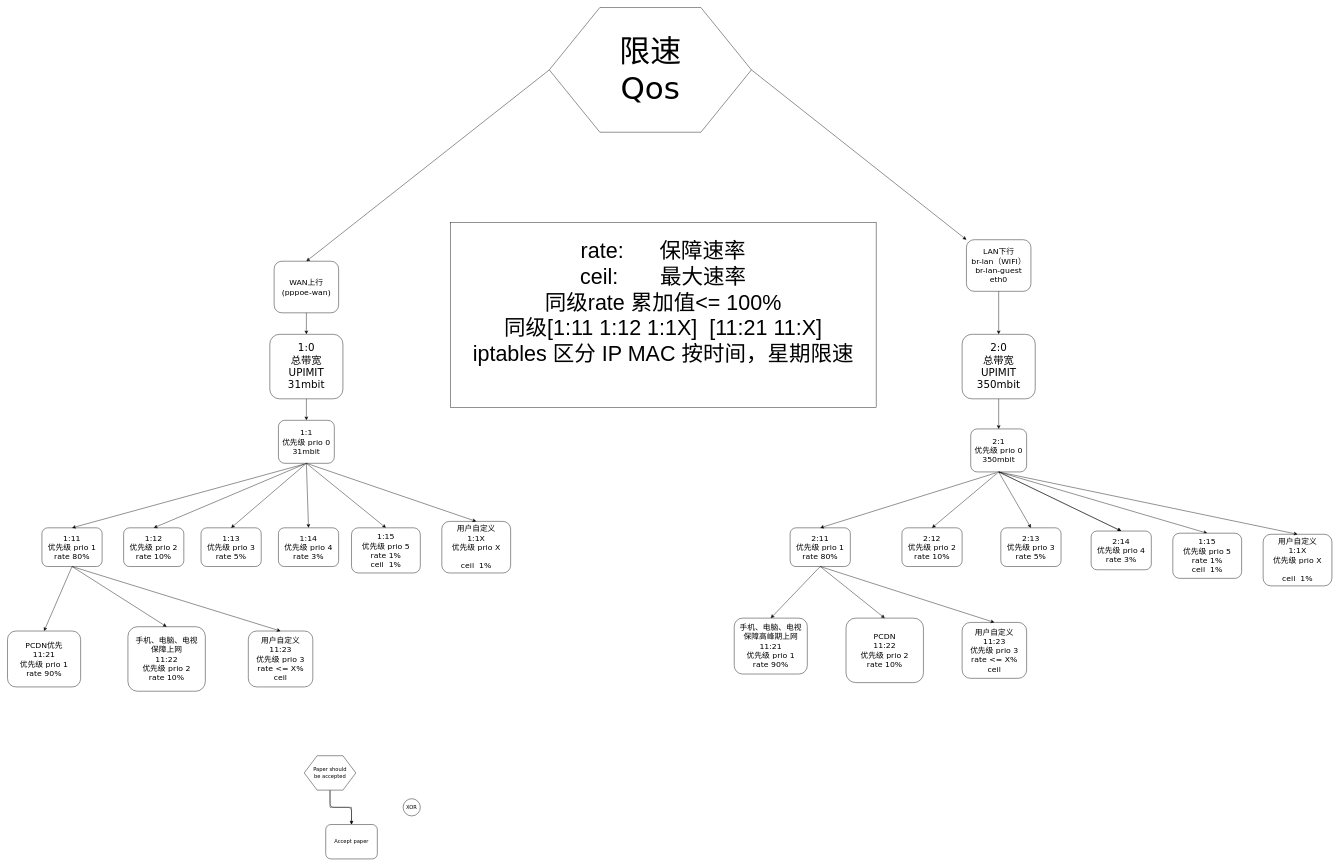
This is GLiNet_Qos.drawio from levenwindy/flowChart, a draw.io file, before an edit. Source tidied: cells renumbered, new cells numbered last; positions are measured from the earlier drawing's top-left corner, leaving out a move shared by most shapes. Both pictures are drawn from the tidied source at 43%, with x=0, y=0 at pixel (7, 7).
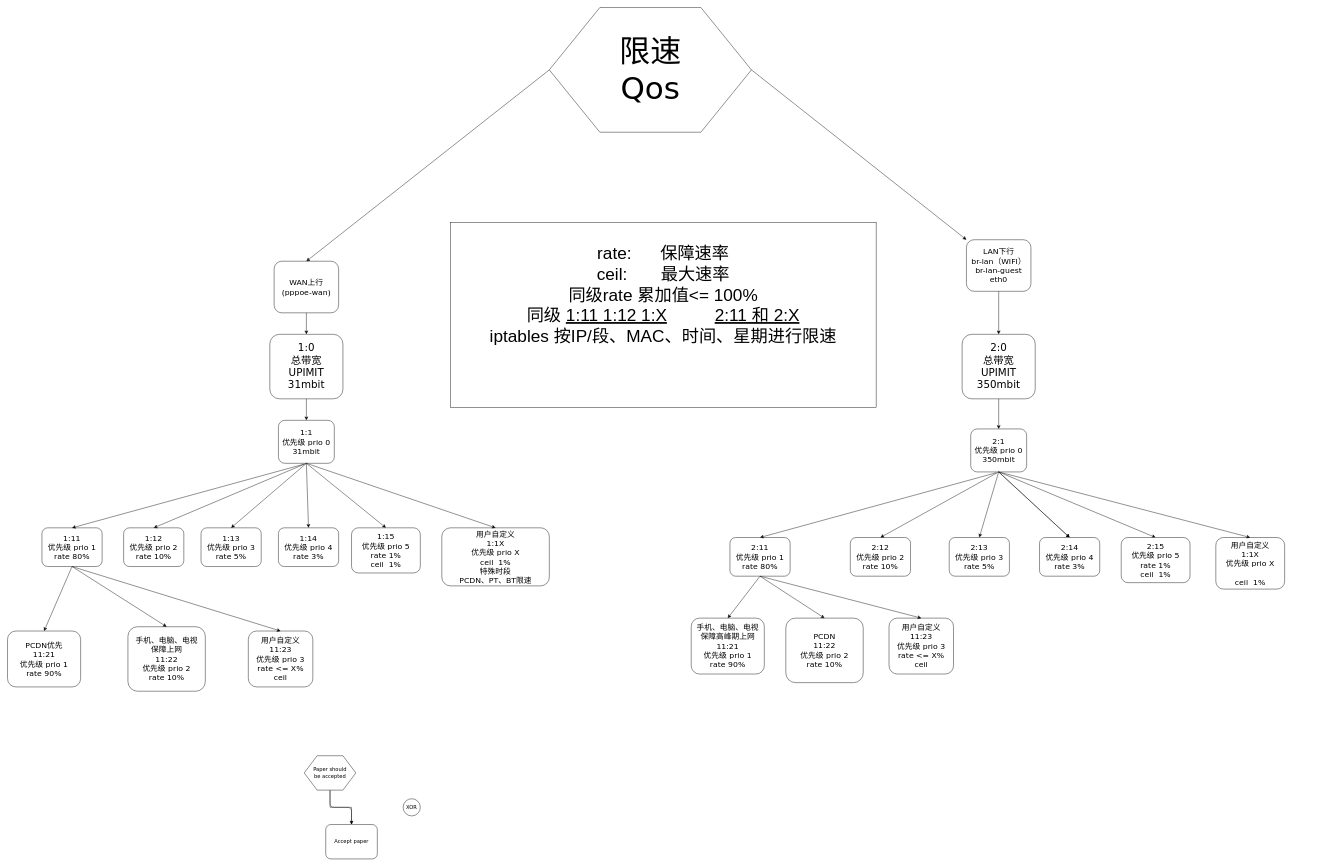
After the change.

Change to the diagram source:
```diff
@@
-    <mxCell id="23" value="&lt;font style=&quot;font-size: 50px;&quot;&gt;&lt;font style=&quot;font-size: 50px;&quot;&gt;rate:&amp;nbsp; &amp;nbsp; &amp;nbsp; 保障速率&lt;br&gt;ceil:&amp;nbsp; &amp;nbsp; &amp;nbsp; &amp;nbsp;最大速率&lt;br&gt;同级rate 累加值&amp;lt;= 100%&lt;br&gt;同级[1:11 1:12 1:1X]&amp;nbsp; [11:21 11:X]&lt;br&gt;iptables 区分 IP MAC 按时间，星期限速&lt;br&gt;&lt;/font&gt;&lt;br&gt;&lt;/font&gt;" style="rounded=0;whiteSpace=wrap;html=1;" parent="1" vertex="1">
+    <mxCell id="23" value="&lt;font style=&quot;font-size: 40px;&quot;&gt;&lt;font style=&quot;font-size: 40px;&quot;&gt;rate:&amp;nbsp; &amp;nbsp; &amp;nbsp; 保障速率&lt;br&gt;ceil:&amp;nbsp; &amp;nbsp; &amp;nbsp; &amp;nbsp;最大速率&lt;br&gt;同级rate 累加值&amp;lt;= 100%&lt;br&gt;同级 &lt;u&gt;1:11 1:12 1:X&lt;/u&gt;&amp;nbsp; &amp;nbsp; &amp;nbsp; &amp;nbsp; &amp;nbsp;&amp;nbsp;&lt;u&gt;2:11 和 2:X&lt;/u&gt;&lt;br&gt;iptables 按IP/段、MAC、时间、星期进行限速&lt;br&gt;&lt;br&gt;&lt;/font&gt;&lt;br&gt;&lt;/font&gt;" style="rounded=0;whiteSpace=wrap;html=1;" parent="1" vertex="1">
       <mxGeometry x="1030" y="500" width="990" height="430" as="geometry" />
     </mxCell>
-    <mxCell id="24" value="&lt;font style=&quot;font-size: 18px;&quot;&gt;用户自定义&lt;br&gt;1:1X&lt;br&gt;优先级 prio X&lt;br style=&quot;border-color: var(--border-color);&quot;&gt;&lt;br&gt;ceil&amp;nbsp; 1%&lt;br&gt;&lt;/font&gt;" style="rounded=1;whiteSpace=wrap;html=1;shadow=0;labelBackgroundColor=none;strokeWidth=1;fontFamily=Verdana;fontSize=12;align=center;" parent="1" vertex="1">
-      <mxGeometry x="1010" y="1195" width="160" height="120" as="geometry" />
+    <mxCell id="24" value="&lt;font style=&quot;font-size: 18px;&quot;&gt;用户自定义&lt;br&gt;1:1X&lt;br&gt;优先级 prio X&lt;br&gt;ceil&amp;nbsp; 1%&lt;br&gt;特殊时段&lt;br&gt;PCDN、PT、BT限速&lt;br&gt;&lt;/font&gt;" style="rounded=1;whiteSpace=wrap;html=1;shadow=0;labelBackgroundColor=none;strokeWidth=1;fontFamily=Verdana;fontSize=12;align=center;" parent="1" vertex="1">
+      <mxGeometry x="1010" y="1210" width="250" height="135" as="geometry" />
     </mxCell>
@@
     <mxCell id="39" value="&lt;font style=&quot;font-size: 18px;&quot;&gt;2:11&lt;br&gt;优先级 prio 1&lt;br&gt;rate 80%&lt;br&gt;&lt;/font&gt;" style="rounded=1;whiteSpace=wrap;html=1;shadow=0;labelBackgroundColor=none;strokeWidth=1;fontFamily=Verdana;fontSize=12;align=center;" parent="1" vertex="1">
-      <mxGeometry x="1820" y="1210" width="140" height="90" as="geometry" />
+      <mxGeometry x="1680" y="1232.5" width="140" height="90" as="geometry" />
     </mxCell>
@@
     <mxCell id="41" value="&lt;font style=&quot;font-size: 18px;&quot;&gt;2:12&lt;br&gt;优先级 prio 2&lt;br&gt;rate 10%&lt;br&gt;&lt;/font&gt;" style="rounded=1;whiteSpace=wrap;html=1;shadow=0;labelBackgroundColor=none;strokeWidth=1;fontFamily=Verdana;fontSize=12;align=center;" parent="1" vertex="1">
-      <mxGeometry x="2080" y="1210" width="140" height="90" as="geometry" />
+      <mxGeometry x="1960" y="1232.5" width="140" height="90" as="geometry" />
     </mxCell>
@@
     <mxCell id="43" value="&lt;font style=&quot;font-size: 18px;&quot;&gt;2:13&lt;br&gt;优先级 prio 3&lt;br&gt;rate 5%&lt;br&gt;&lt;/font&gt;" style="rounded=1;whiteSpace=wrap;html=1;shadow=0;labelBackgroundColor=none;strokeWidth=1;fontFamily=Verdana;fontSize=12;align=center;" parent="1" vertex="1">
-      <mxGeometry x="2310" y="1210" width="140" height="90" as="geometry" />
+      <mxGeometry x="2190" y="1232.5" width="140" height="90" as="geometry" />
     </mxCell>
@@
     <mxCell id="47" value="&lt;font style=&quot;font-size: 18px;&quot;&gt;用户自定义&lt;br&gt;1:1X&lt;br&gt;优先级 prio X&lt;br style=&quot;border-color: var(--border-color);&quot;&gt;&lt;br&gt;ceil&amp;nbsp; 1%&lt;br&gt;&lt;/font&gt;" style="rounded=1;whiteSpace=wrap;html=1;shadow=0;labelBackgroundColor=none;strokeWidth=1;fontFamily=Verdana;fontSize=12;align=center;" parent="1" vertex="1">
-      <mxGeometry x="2920" y="1225" width="160" height="120" as="geometry" />
+      <mxGeometry x="2810" y="1232.5" width="160" height="120" as="geometry" />
     </mxCell>
@@
-    <mxCell id="49" value="&lt;font style=&quot;font-size: 18px;&quot;&gt;1:15&lt;br&gt;优先级 prio 5&lt;br&gt;rate 1%&lt;br style=&quot;border-color: var(--border-color);&quot;&gt;ceil&amp;nbsp; 1%&lt;br&gt;&lt;/font&gt;" style="rounded=1;whiteSpace=wrap;html=1;shadow=0;labelBackgroundColor=none;strokeWidth=1;fontFamily=Verdana;fontSize=12;align=center;" parent="1" vertex="1">
-      <mxGeometry x="2710" y="1222.5" width="160" height="105" as="geometry" />
+    <mxCell id="49" value="&lt;font style=&quot;font-size: 18px;&quot;&gt;2:15&lt;br&gt;优先级 prio 5&lt;br&gt;rate 1%&lt;br style=&quot;border-color: var(--border-color);&quot;&gt;ceil&amp;nbsp; 1%&lt;br&gt;&lt;/font&gt;" style="rounded=1;whiteSpace=wrap;html=1;shadow=0;labelBackgroundColor=none;strokeWidth=1;fontFamily=Verdana;fontSize=12;align=center;" parent="1" vertex="1">
+      <mxGeometry x="2590" y="1232.5" width="160" height="105" as="geometry" />
     </mxCell>
     <mxCell id="50" value="&lt;font style=&quot;font-size: 18px;&quot;&gt;手机、电脑、电视&lt;br style=&quot;border-color: var(--border-color);&quot;&gt;保障高峰期上网&lt;br&gt;11:21&lt;br&gt;优先级 prio 1&lt;br&gt;rate 90%&lt;br&gt;&lt;/font&gt;" style="rounded=1;whiteSpace=wrap;html=1;shadow=0;labelBackgroundColor=none;strokeWidth=1;fontFamily=Verdana;fontSize=12;align=center;" parent="1" vertex="1">
-      <mxGeometry x="1690" y="1420" width="170" height="130" as="geometry" />
+      <mxGeometry x="1590" y="1420" width="170" height="130" as="geometry" />
     </mxCell>
@@
     <mxCell id="52" value="&lt;font style=&quot;font-size: 18px;&quot;&gt;PCDN&lt;br&gt;11:22&lt;br&gt;优先级 prio 2&lt;br&gt;rate 10%&lt;br&gt;&lt;/font&gt;" style="rounded=1;whiteSpace=wrap;html=1;shadow=0;labelBackgroundColor=none;strokeWidth=1;fontFamily=Verdana;fontSize=12;align=center;" parent="1" vertex="1">
-      <mxGeometry x="1950" y="1420" width="180" height="150" as="geometry" />
+      <mxGeometry x="1810" y="1420" width="180" height="150" as="geometry" />
     </mxCell>
@@
     <mxCell id="54" value="&lt;font style=&quot;font-size: 18px;&quot;&gt;用户自定义&lt;br&gt;11:23&lt;br&gt;优先级 prio 3&lt;br&gt;rate &amp;lt;= X%&lt;br&gt;ceil&lt;br&gt;&lt;/font&gt;" style="rounded=1;whiteSpace=wrap;html=1;shadow=0;labelBackgroundColor=none;strokeWidth=1;fontFamily=Verdana;fontSize=12;align=center;" parent="1" vertex="1">
-      <mxGeometry x="2220" y="1430" width="150" height="130" as="geometry" />
+      <mxGeometry x="2050" y="1420" width="150" height="130" as="geometry" />
     </mxCell>
@@
     <mxCell id="57" value="&lt;font style=&quot;font-size: 18px;&quot;&gt;2:14&lt;br&gt;优先级 prio 4&lt;br&gt;rate 3%&lt;br&gt;&lt;/font&gt;" style="rounded=1;whiteSpace=wrap;html=1;shadow=0;labelBackgroundColor=none;strokeWidth=1;fontFamily=Verdana;fontSize=12;align=center;" parent="1" vertex="1">
-      <mxGeometry x="2520" y="1217.5" width="140" height="90" as="geometry" />
+      <mxGeometry x="2400" y="1232.5" width="140" height="90" as="geometry" />
     </mxCell>
```
